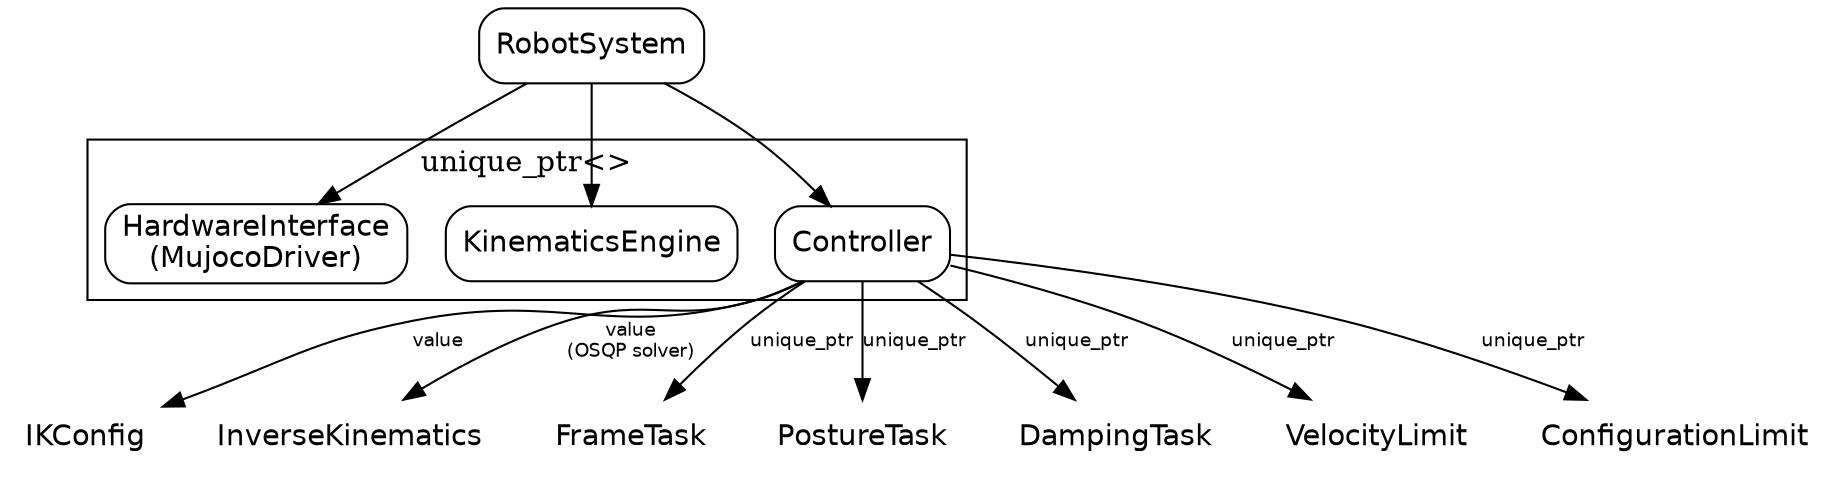
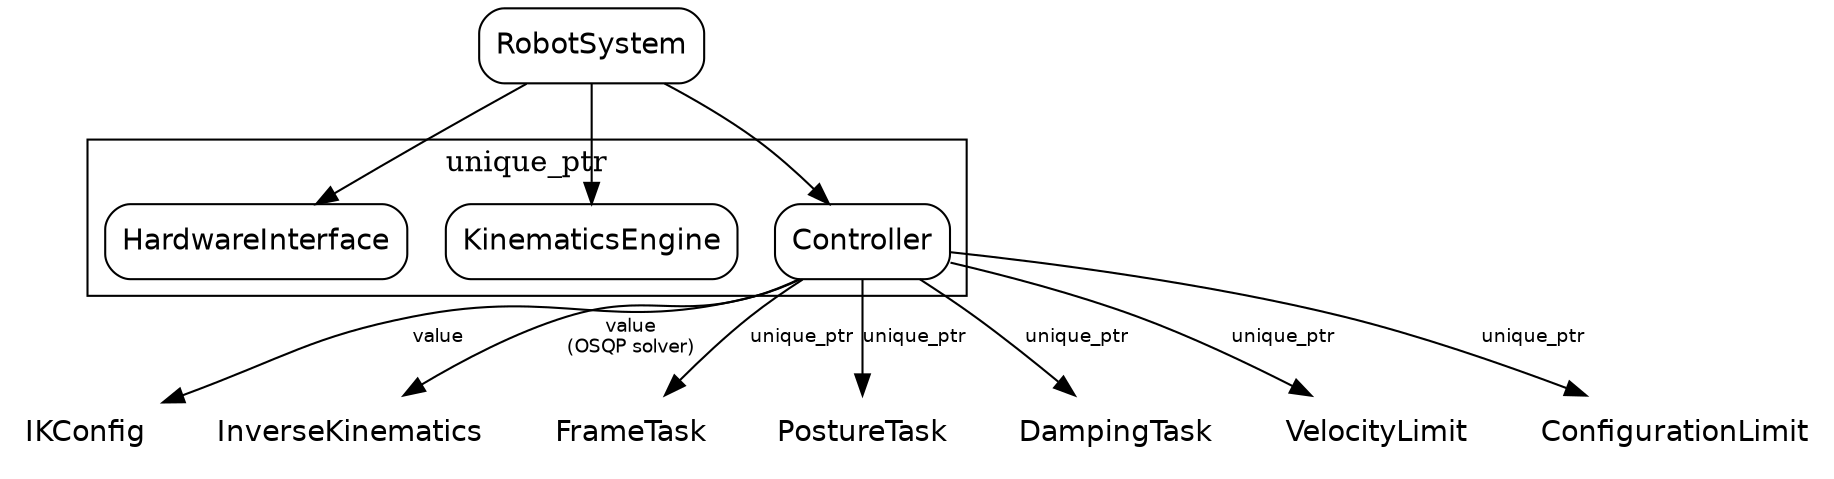
// Ownership: RobotSystem owns HAL, KinematicsEngine, Controller; Controller owns IK and task/limit objects.
digraph OwnershipDiagram {
  rankdir=TB;
  node [shape=box, style=rounded, fontname="Helvetica"];
  edge [fontname="Helvetica", fontsize=9];

  RobotSystem [label="RobotSystem"];

  subgraph cluster_owned {
-     label="unique_ptr<>";
-     HAL [label="HardwareInterface\n(MujocoDriver)"];
+     label="unique_ptr";
+     HAL [label="HardwareInterface"];
    KinematicsEngine [label="KinematicsEngine"];
    Controller [label="Controller"];
  }

  RobotSystem -> HAL;
  RobotSystem -> KinematicsEngine;
  RobotSystem -> Controller;

  Controller -> IKConfig [label="value"];
  Controller -> InverseKinematics [label="value\n(OSQP solver)"];
  Controller -> FrameTask [label="unique_ptr"];
  Controller -> PostureTask [label="unique_ptr"];
  Controller -> DampingTask [label="unique_ptr"];
  Controller -> VelocityLimit [label="unique_ptr"];
  Controller -> ConfigurationLimit [label="unique_ptr"];

  IKConfig [label="IKConfig", shape=plaintext];
  InverseKinematics [label="InverseKinematics", shape=plaintext];
  FrameTask [label="FrameTask", shape=plaintext];
  PostureTask [label="PostureTask", shape=plaintext];
  DampingTask [label="DampingTask", shape=plaintext];
  VelocityLimit [label="VelocityLimit", shape=plaintext];
  ConfigurationLimit [label="ConfigurationLimit", shape=plaintext];
}
